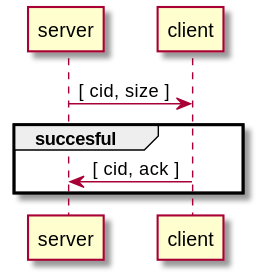
The PlantUML diagram soundzones_protocol/sequence_diagrams/B2_set_time_encode.svg in NielsDyrberg/Wireless_sound_zones, before a commit.
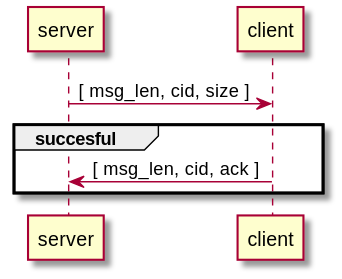
Later version of the same file.

The edit, as a diff of the source:
```diff
@@ -1,6 +1,6 @@
 @startuml B2_set_time_encode
-server -> client: [ cid, size ]
+server -> client: [ msg_len, cid, size ]
 group succesful
-    server <- client: [ cid, ack ]
+    server <- client: [ msg_len, cid, ack ]
 end
 @enduml
```
